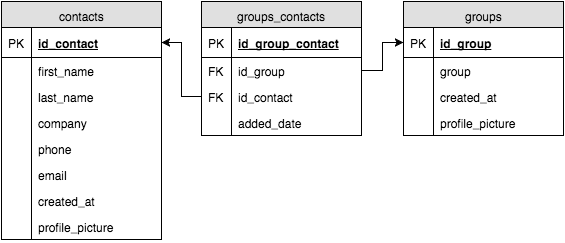
The draw.io diagram address_book_schema.png in arctic-fox-2016/schema-address-book, before a commit. Source tidied: cells renumbered, new cells last; positions are measured from the earlier drawing's top-left corner, leaving out a move shared by most shapes.
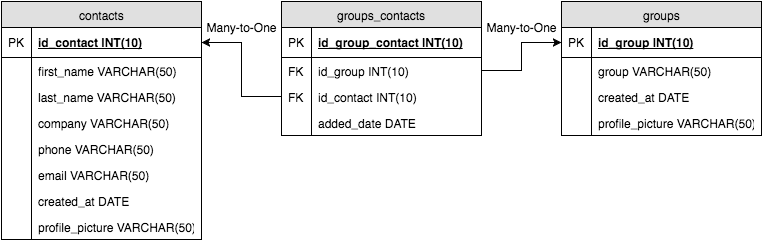
After the change.

The edit, as a diff of the source:
```diff
@@ -3,106 +3,106 @@
     <mxCell id="0" />
     <mxCell id="1" parent="0" />
     <mxCell id="2" value="contacts" style="swimlane;html=1;fontStyle=0;horizontal=1;startSize=26;fillColor=#e0e0e0;swimlaneFillColor=#ffffff;align=center;shadow=0;strokeColor=#000000;strokeWidth=1;" parent="1" vertex="1">
-      <mxGeometry width="160" height="238" as="geometry" />
+      <mxGeometry width="200" height="238" as="geometry" />
     </mxCell>
-    <mxCell id="3" value="id_contact" style="shape=partialRectangle;top=0;left=0;right=0;bottom=1;html=1;align=left;verticalAlign=middle;fillColor=none;spacingLeft=34;spacingRight=4;whiteSpace=wrap;overflow=hidden;points=[[0,0.5],[1,0.5]];portConstraint=eastwest;fontStyle=5;" parent="2" vertex="1">
-      <mxGeometry y="26" width="160" height="30" as="geometry" />
+    <mxCell id="3" value="id_contact INT(10)" style="shape=partialRectangle;top=0;left=0;right=0;bottom=1;html=1;align=left;verticalAlign=middle;fillColor=none;spacingLeft=34;spacingRight=4;whiteSpace=wrap;overflow=hidden;points=[[0,0.5],[1,0.5]];portConstraint=eastwest;fontStyle=5;" parent="2" vertex="1">
+      <mxGeometry y="26" width="200" height="30" as="geometry" />
     </mxCell>
     <mxCell id="4" value="PK" style="shape=partialRectangle;top=0;left=0;bottom=0;html=1;fillColor=none;align=left;verticalAlign=middle;spacingLeft=4;spacingRight=4;whiteSpace=wrap;overflow=hidden;" parent="3" vertex="1">
       <mxGeometry width="30" height="30" as="geometry" />
     </mxCell>
-    <mxCell id="5" value="first_name" style="shape=partialRectangle;top=0;left=0;right=0;bottom=0;html=1;align=left;verticalAlign=top;fillColor=none;spacingLeft=34;spacingRight=4;whiteSpace=wrap;overflow=hidden;" parent="2" vertex="1">
-      <mxGeometry y="56" width="160" height="26" as="geometry" />
+    <mxCell id="5" value="first_name VARCHAR(50)" style="shape=partialRectangle;top=0;left=0;right=0;bottom=0;html=1;align=left;verticalAlign=top;fillColor=none;spacingLeft=34;spacingRight=4;whiteSpace=wrap;overflow=hidden;" parent="2" vertex="1">
+      <mxGeometry y="56" width="200" height="26" as="geometry" />
     </mxCell>
     <mxCell id="6" style="shape=partialRectangle;top=0;left=0;bottom=0;html=1;fillColor=none;align=left;verticalAlign=top;spacingLeft=4;spacingRight=4;whiteSpace=wrap;overflow=hidden;" parent="5" vertex="1">
       <mxGeometry width="30" height="26" as="geometry" />
     </mxCell>
-    <mxCell id="7" value="last_name" style="shape=partialRectangle;top=0;left=0;right=0;bottom=0;html=1;align=left;verticalAlign=top;fillColor=none;spacingLeft=34;spacingRight=4;whiteSpace=wrap;overflow=hidden;" parent="2" vertex="1">
-      <mxGeometry y="82" width="160" height="26" as="geometry" />
+    <mxCell id="7" value="last_name&amp;nbsp;&lt;span&gt;VARCHAR(50)&lt;/span&gt;" style="shape=partialRectangle;top=0;left=0;right=0;bottom=0;html=1;align=left;verticalAlign=top;fillColor=none;spacingLeft=34;spacingRight=4;whiteSpace=wrap;overflow=hidden;" parent="2" vertex="1">
+      <mxGeometry y="82" width="200" height="26" as="geometry" />
     </mxCell>
     <mxCell id="8" style="shape=partialRectangle;top=0;left=0;bottom=0;html=1;fillColor=none;align=left;verticalAlign=top;spacingLeft=4;spacingRight=4;whiteSpace=wrap;overflow=hidden;" parent="7" vertex="1">
       <mxGeometry width="30" height="26" as="geometry" />
     </mxCell>
-    <mxCell id="9" value="company" style="shape=partialRectangle;top=0;left=0;right=0;bottom=0;html=1;align=left;verticalAlign=top;fillColor=none;spacingLeft=34;spacingRight=4;whiteSpace=wrap;overflow=hidden;" parent="2" vertex="1">
-      <mxGeometry y="108" width="160" height="26" as="geometry" />
+    <mxCell id="9" value="company&amp;nbsp;&lt;span&gt;VARCHAR(50)&lt;/span&gt;" style="shape=partialRectangle;top=0;left=0;right=0;bottom=0;html=1;align=left;verticalAlign=top;fillColor=none;spacingLeft=34;spacingRight=4;whiteSpace=wrap;overflow=hidden;" parent="2" vertex="1">
+      <mxGeometry y="108" width="200" height="26" as="geometry" />
     </mxCell>
     <mxCell id="10" style="shape=partialRectangle;top=0;left=0;bottom=0;html=1;fillColor=none;align=left;verticalAlign=top;spacingLeft=4;spacingRight=4;whiteSpace=wrap;overflow=hidden;" parent="9" vertex="1">
       <mxGeometry width="30" height="26" as="geometry" />
     </mxCell>
-    <mxCell id="11" value="phone" style="shape=partialRectangle;top=0;left=0;right=0;bottom=0;html=1;align=left;verticalAlign=top;fillColor=none;spacingLeft=34;spacingRight=4;whiteSpace=wrap;overflow=hidden;" parent="2" vertex="1">
-      <mxGeometry y="134" width="160" height="26" as="geometry" />
+    <mxCell id="11" value="phone&amp;nbsp;&lt;span&gt;VARCHAR(50)&lt;/span&gt;" style="shape=partialRectangle;top=0;left=0;right=0;bottom=0;html=1;align=left;verticalAlign=top;fillColor=none;spacingLeft=34;spacingRight=4;whiteSpace=wrap;overflow=hidden;" parent="2" vertex="1">
+      <mxGeometry y="134" width="200" height="26" as="geometry" />
     </mxCell>
     <mxCell id="12" style="shape=partialRectangle;top=0;left=0;bottom=0;html=1;fillColor=none;align=left;verticalAlign=top;spacingLeft=4;spacingRight=4;whiteSpace=wrap;overflow=hidden;" parent="11" vertex="1">
       <mxGeometry width="30" height="26" as="geometry" />
     </mxCell>
-    <mxCell id="13" value="email" style="shape=partialRectangle;top=0;left=0;right=0;bottom=0;html=1;align=left;verticalAlign=top;fillColor=none;spacingLeft=34;spacingRight=4;whiteSpace=wrap;overflow=hidden;" parent="2" vertex="1">
-      <mxGeometry y="160" width="160" height="26" as="geometry" />
+    <mxCell id="13" value="email&amp;nbsp;&lt;span&gt;VARCHAR(50)&lt;/span&gt;" style="shape=partialRectangle;top=0;left=0;right=0;bottom=0;html=1;align=left;verticalAlign=top;fillColor=none;spacingLeft=34;spacingRight=4;whiteSpace=wrap;overflow=hidden;" parent="2" vertex="1">
+      <mxGeometry y="160" width="200" height="26" as="geometry" />
     </mxCell>
     <mxCell id="14" style="shape=partialRectangle;top=0;left=0;bottom=0;html=1;fillColor=none;align=left;verticalAlign=top;spacingLeft=4;spacingRight=4;whiteSpace=wrap;overflow=hidden;" parent="13" vertex="1">
       <mxGeometry width="30" height="26" as="geometry" />
     </mxCell>
-    <mxCell id="15" value="created_at" style="shape=partialRectangle;top=0;left=0;right=0;bottom=0;html=1;align=left;verticalAlign=top;fillColor=none;spacingLeft=34;spacingRight=4;whiteSpace=wrap;overflow=hidden;" parent="2" vertex="1">
-      <mxGeometry y="186" width="160" height="26" as="geometry" />
+    <mxCell id="15" value="created_at DATE" style="shape=partialRectangle;top=0;left=0;right=0;bottom=0;html=1;align=left;verticalAlign=top;fillColor=none;spacingLeft=34;spacingRight=4;whiteSpace=wrap;overflow=hidden;" parent="2" vertex="1">
+      <mxGeometry y="186" width="200" height="26" as="geometry" />
     </mxCell>
     <mxCell id="16" style="shape=partialRectangle;top=0;left=0;bottom=0;html=1;fillColor=none;align=left;verticalAlign=top;spacingLeft=4;spacingRight=4;whiteSpace=wrap;overflow=hidden;" parent="15" vertex="1">
       <mxGeometry width="30" height="26" as="geometry" />
     </mxCell>
-    <mxCell id="17" value="profile_picture" style="shape=partialRectangle;top=0;left=0;right=0;bottom=0;html=1;align=left;verticalAlign=top;fillColor=none;spacingLeft=34;spacingRight=4;whiteSpace=wrap;overflow=hidden;" parent="2" vertex="1">
-      <mxGeometry y="212" width="160" height="26" as="geometry" />
+    <mxCell id="17" value="profile_picture&amp;nbsp;&lt;span&gt;VARCHAR(50)&lt;/span&gt;" style="shape=partialRectangle;top=0;left=0;right=0;bottom=0;html=1;align=left;verticalAlign=top;fillColor=none;spacingLeft=34;spacingRight=4;whiteSpace=wrap;overflow=hidden;" parent="2" vertex="1">
+      <mxGeometry y="212" width="200" height="26" as="geometry" />
     </mxCell>
     <mxCell id="18" style="shape=partialRectangle;top=0;left=0;bottom=0;html=1;fillColor=none;align=left;verticalAlign=top;spacingLeft=4;spacingRight=4;whiteSpace=wrap;overflow=hidden;" parent="17" vertex="1">
       <mxGeometry width="30" height="26" as="geometry" />
     </mxCell>
     <mxCell id="19" value="groups_contacts" style="swimlane;html=1;fontStyle=0;horizontal=1;startSize=26;fillColor=#e0e0e0;swimlaneFillColor=#ffffff;align=center;shadow=0;strokeColor=#000000;strokeWidth=1;" parent="1" vertex="1">
-      <mxGeometry x="200" width="160" height="134" as="geometry" />
+      <mxGeometry x="280" width="200" height="134" as="geometry" />
     </mxCell>
-    <mxCell id="20" value="id_group_contact" style="shape=partialRectangle;top=0;left=0;right=0;bottom=1;html=1;align=left;verticalAlign=middle;fillColor=none;spacingLeft=34;spacingRight=4;whiteSpace=wrap;overflow=hidden;fontStyle=5;" parent="19" vertex="1">
-      <mxGeometry y="26" width="160" height="30" as="geometry" />
+    <mxCell id="20" value="id_group_contact&amp;nbsp;&lt;span&gt;INT(10)&lt;/span&gt;" style="shape=partialRectangle;top=0;left=0;right=0;bottom=1;html=1;align=left;verticalAlign=middle;fillColor=none;spacingLeft=34;spacingRight=4;whiteSpace=wrap;overflow=hidden;fontStyle=5;" parent="19" vertex="1">
+      <mxGeometry y="26" width="200" height="30" as="geometry" />
     </mxCell>
     <mxCell id="21" value="PK" style="shape=partialRectangle;top=0;left=0;bottom=0;html=1;fillColor=none;align=left;verticalAlign=middle;spacingLeft=4;spacingRight=4;whiteSpace=wrap;overflow=hidden;" parent="20" vertex="1">
       <mxGeometry width="30" height="30" as="geometry" />
     </mxCell>
-    <mxCell id="22" value="id_group" style="shape=partialRectangle;top=0;left=0;right=0;bottom=0;html=1;align=left;verticalAlign=top;fillColor=none;spacingLeft=34;spacingRight=4;whiteSpace=wrap;overflow=hidden;points=[[0,0.5],[1,0.5]];portConstraint=eastwest;" parent="19" vertex="1">
-      <mxGeometry y="56" width="160" height="26" as="geometry" />
+    <mxCell id="22" value="id_group&amp;nbsp;&lt;span&gt;INT(10)&lt;/span&gt;" style="shape=partialRectangle;top=0;left=0;right=0;bottom=0;html=1;align=left;verticalAlign=top;fillColor=none;spacingLeft=34;spacingRight=4;whiteSpace=wrap;overflow=hidden;points=[[0,0.5],[1,0.5]];portConstraint=eastwest;" parent="19" vertex="1">
+      <mxGeometry y="56" width="200" height="26" as="geometry" />
     </mxCell>
     <mxCell id="23" value="FK" style="shape=partialRectangle;top=0;left=0;bottom=0;html=1;fillColor=none;align=left;verticalAlign=top;spacingLeft=4;spacingRight=4;whiteSpace=wrap;overflow=hidden;" parent="22" vertex="1">
       <mxGeometry width="30" height="26" as="geometry" />
     </mxCell>
-    <mxCell id="24" value="id_contact" style="shape=partialRectangle;top=0;left=0;right=0;bottom=0;html=1;align=left;verticalAlign=top;fillColor=none;spacingLeft=34;spacingRight=4;whiteSpace=wrap;overflow=hidden;points=[[0,0.5],[1,0.5]];portConstraint=eastwest;" parent="19" vertex="1">
-      <mxGeometry y="82" width="160" height="26" as="geometry" />
+    <mxCell id="24" value="id_contact&amp;nbsp;&lt;span&gt;INT(10)&lt;/span&gt;" style="shape=partialRectangle;top=0;left=0;right=0;bottom=0;html=1;align=left;verticalAlign=top;fillColor=none;spacingLeft=34;spacingRight=4;whiteSpace=wrap;overflow=hidden;points=[[0,0.5],[1,0.5]];portConstraint=eastwest;" parent="19" vertex="1">
+      <mxGeometry y="82" width="200" height="26" as="geometry" />
     </mxCell>
     <mxCell id="25" value="FK" style="shape=partialRectangle;top=0;left=0;bottom=0;html=1;fillColor=none;align=left;verticalAlign=top;spacingLeft=4;spacingRight=4;whiteSpace=wrap;overflow=hidden;" parent="24" vertex="1">
       <mxGeometry width="30" height="26" as="geometry" />
     </mxCell>
-    <mxCell id="26" value="added_date" style="shape=partialRectangle;top=0;left=0;right=0;bottom=0;html=1;align=left;verticalAlign=top;fillColor=none;spacingLeft=34;spacingRight=4;whiteSpace=wrap;overflow=hidden;" parent="19" vertex="1">
-      <mxGeometry y="108" width="160" height="26" as="geometry" />
+    <mxCell id="26" value="added_date DATE" style="shape=partialRectangle;top=0;left=0;right=0;bottom=0;html=1;align=left;verticalAlign=top;fillColor=none;spacingLeft=34;spacingRight=4;whiteSpace=wrap;overflow=hidden;" parent="19" vertex="1">
+      <mxGeometry y="108" width="200" height="26" as="geometry" />
     </mxCell>
     <mxCell id="27" style="shape=partialRectangle;top=0;left=0;bottom=0;html=1;fillColor=none;align=left;verticalAlign=top;spacingLeft=4;spacingRight=4;whiteSpace=wrap;overflow=hidden;" parent="26" vertex="1">
       <mxGeometry width="30" height="26" as="geometry" />
     </mxCell>
     <mxCell id="28" value="groups" style="swimlane;html=1;fontStyle=0;horizontal=1;startSize=26;fillColor=#e0e0e0;swimlaneFillColor=#ffffff;align=center;shadow=0;strokeColor=#000000;strokeWidth=1;" parent="1" vertex="1">
-      <mxGeometry x="402" width="160" height="134" as="geometry" />
+      <mxGeometry x="560" width="200" height="134" as="geometry" />
     </mxCell>
-    <mxCell id="29" value="id_group" style="shape=partialRectangle;top=0;left=0;right=0;bottom=1;html=1;align=left;verticalAlign=middle;fillColor=none;spacingLeft=34;spacingRight=4;whiteSpace=wrap;overflow=hidden;points=[[0,0.5],[1,0.5]];portConstraint=eastwest;fontStyle=5;" parent="28" vertex="1">
-      <mxGeometry y="26" width="160" height="30" as="geometry" />
+    <mxCell id="29" value="id_group INT(10)" style="shape=partialRectangle;top=0;left=0;right=0;bottom=1;html=1;align=left;verticalAlign=middle;fillColor=none;spacingLeft=34;spacingRight=4;whiteSpace=wrap;overflow=hidden;points=[[0,0.5],[1,0.5]];portConstraint=eastwest;fontStyle=5;" parent="28" vertex="1">
+      <mxGeometry y="26" width="200" height="30" as="geometry" />
     </mxCell>
     <mxCell id="30" value="PK" style="shape=partialRectangle;top=0;left=0;bottom=0;html=1;fillColor=none;align=left;verticalAlign=middle;spacingLeft=4;spacingRight=4;whiteSpace=wrap;overflow=hidden;" parent="29" vertex="1">
       <mxGeometry width="30" height="30" as="geometry" />
     </mxCell>
-    <mxCell id="31" value="group" style="shape=partialRectangle;top=0;left=0;right=0;bottom=0;html=1;align=left;verticalAlign=top;fillColor=none;spacingLeft=34;spacingRight=4;whiteSpace=wrap;overflow=hidden;" parent="28" vertex="1">
-      <mxGeometry y="56" width="160" height="26" as="geometry" />
+    <mxCell id="31" value="group&amp;nbsp;&lt;span&gt;VARCHAR(50)&lt;/span&gt;" style="shape=partialRectangle;top=0;left=0;right=0;bottom=0;html=1;align=left;verticalAlign=top;fillColor=none;spacingLeft=34;spacingRight=4;whiteSpace=wrap;overflow=hidden;" parent="28" vertex="1">
+      <mxGeometry y="56" width="200" height="26" as="geometry" />
     </mxCell>
     <mxCell id="32" style="shape=partialRectangle;top=0;left=0;bottom=0;html=1;fillColor=none;align=left;verticalAlign=top;spacingLeft=4;spacingRight=4;whiteSpace=wrap;overflow=hidden;" parent="31" vertex="1">
       <mxGeometry width="30" height="26" as="geometry" />
     </mxCell>
-    <mxCell id="33" value="created_at" style="shape=partialRectangle;top=0;left=0;right=0;bottom=0;html=1;align=left;verticalAlign=top;fillColor=none;spacingLeft=34;spacingRight=4;whiteSpace=wrap;overflow=hidden;" parent="28" vertex="1">
-      <mxGeometry y="82" width="160" height="26" as="geometry" />
+    <mxCell id="33" value="created_at DATE" style="shape=partialRectangle;top=0;left=0;right=0;bottom=0;html=1;align=left;verticalAlign=top;fillColor=none;spacingLeft=34;spacingRight=4;whiteSpace=wrap;overflow=hidden;" parent="28" vertex="1">
+      <mxGeometry y="82" width="200" height="26" as="geometry" />
     </mxCell>
     <mxCell id="34" style="shape=partialRectangle;top=0;left=0;bottom=0;html=1;fillColor=none;align=left;verticalAlign=top;spacingLeft=4;spacingRight=4;whiteSpace=wrap;overflow=hidden;" parent="33" vertex="1">
       <mxGeometry width="30" height="26" as="geometry" />
     </mxCell>
-    <mxCell id="35" value="profile_picture" style="shape=partialRectangle;top=0;left=0;right=0;bottom=0;html=1;align=left;verticalAlign=top;fillColor=none;spacingLeft=34;spacingRight=4;whiteSpace=wrap;overflow=hidden;" parent="28" vertex="1">
-      <mxGeometry y="108" width="160" height="26" as="geometry" />
+    <mxCell id="35" value="profile_picture&amp;nbsp;&lt;span&gt;VARCHAR(50)&lt;/span&gt;" style="shape=partialRectangle;top=0;left=0;right=0;bottom=0;html=1;align=left;verticalAlign=top;fillColor=none;spacingLeft=34;spacingRight=4;whiteSpace=wrap;overflow=hidden;" parent="28" vertex="1">
+      <mxGeometry y="108" width="200" height="26" as="geometry" />
     </mxCell>
     <mxCell id="36" style="shape=partialRectangle;top=0;left=0;bottom=0;html=1;fillColor=none;align=left;verticalAlign=top;spacingLeft=4;spacingRight=4;whiteSpace=wrap;overflow=hidden;" parent="35" vertex="1">
       <mxGeometry width="30" height="26" as="geometry" />
@@ -113,5 +113,11 @@
     <mxCell id="38" style="edgeStyle=orthogonalEdgeStyle;rounded=0;html=1;exitX=1;exitY=0.5;entryX=0;entryY=0.5;jettySize=auto;" parent="1" edge="1" source="22" target="29">
       <mxGeometry relative="1" as="geometry" />
     </mxCell>
+    <mxCell id="39" value="&lt;span&gt;Many-to-One&lt;/span&gt;" style="text;html=1;strokeColor=none;fillColor=none;align=center;verticalAlign=middle;whiteSpace=wrap;shadow=0;" parent="1" vertex="1">
+      <mxGeometry x="200" y="16" width="80" height="20" as="geometry" />
+    </mxCell>
+    <mxCell id="40" value="Many-to-One" style="text;html=1;strokeColor=none;fillColor=none;align=center;verticalAlign=middle;whiteSpace=wrap;shadow=0;" parent="1" vertex="1">
+      <mxGeometry x="480" y="16" width="80" height="20" as="geometry" />
+    </mxCell>
   </root>
 </mxGraphModel>
```
